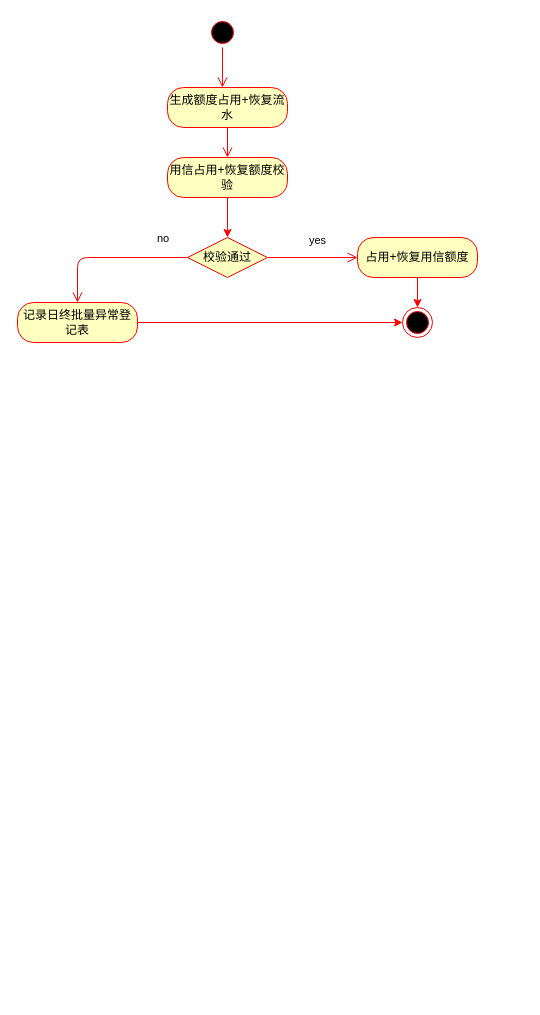
Before: page "批量恢复合同额度" (1 of 5) of Untitled Diagram.drawio in MinDaHu/UML, a draw.io diagram. Source tidied: cells renumbered, new cells numbered last; positions are measured from the earlier drawing's top-left corner, leaving out a move shared by most shapes. Both pictures are drawn from the tidied source at 100%, with x=0, y=0 at pixel (17, 17).
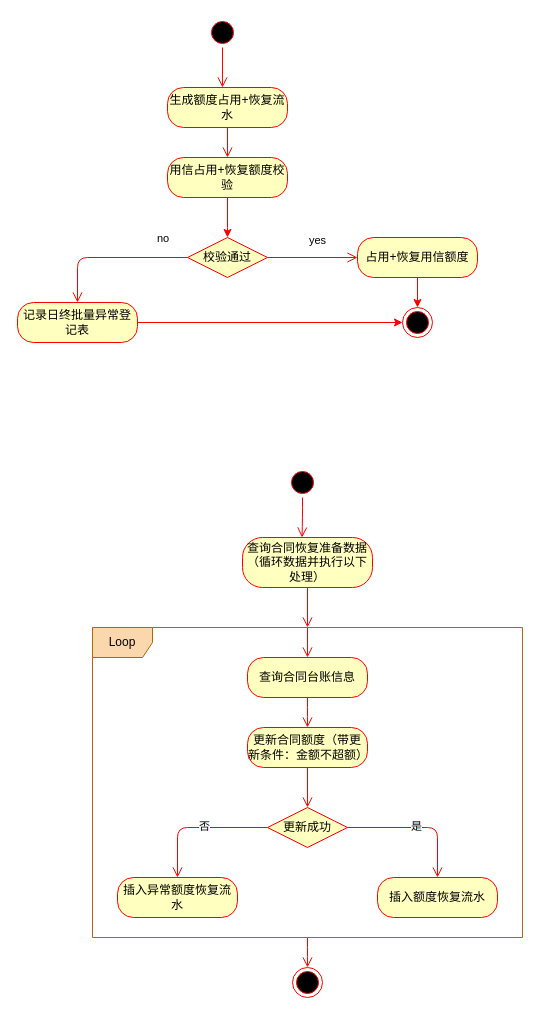
Above is the later version.

Diff of the diagram source:
```diff
@@
+    <mxCell id="16" style="ellipse;html=1;shape=startState;fillColor=#000000;strokeColor=#ff0000;" parent="1" vertex="1">
+      <mxGeometry x="270" y="450" width="30" height="30" as="geometry" />
+    </mxCell>
+    <mxCell id="17" style="edgeStyle=orthogonalEdgeStyle;html=1;verticalAlign=bottom;endArrow=open;endSize=8;strokeColor=#ff0000;entryX=0.458;entryY=0;entryDx=0;entryDy=0;entryPerimeter=0;" parent="1" edge="1" source="16" target="19">
+      <mxGeometry relative="1" as="geometry" />
+    </mxCell>
+    <mxCell id="18" style="edgeStyle=orthogonalEdgeStyle;jettySize=auto;html=1;endArrow=open;endSize=8;strokeColor=#ff0000;" parent="1" edge="1" source="19" target="22">
+      <mxGeometry relative="1" as="geometry" />
+    </mxCell>
+    <mxCell id="19" value="查询合同恢复准备数据（循环数据并执行以下处理）" style="rounded=1;whiteSpace=wrap;html=1;arcSize=40;fontColor=#000000;fillColor=#ffffc0;strokeColor=#ff0000;" parent="1" vertex="1">
+      <mxGeometry x="225" y="520" width="130" height="50" as="geometry" />
+    </mxCell>
+    <mxCell id="20" style="edgeStyle=orthogonalEdgeStyle;jettySize=auto;html=1;entryX=0.5;entryY=0;entryDx=0;entryDy=0;endArrow=open;endSize=8;strokeColor=#ff0000;" parent="1" edge="1" source="22" target="24">
+      <mxGeometry relative="1" as="geometry" />
+    </mxCell>
+    <mxCell id="21" style="edgeStyle=orthogonalEdgeStyle;jettySize=auto;html=1;entryX=0.5;entryY=0;entryDx=0;entryDy=0;endArrow=open;endSize=8;strokeColor=#ff0000;" parent="1" edge="1" source="22" target="34">
+      <mxGeometry relative="1" as="geometry" />
+    </mxCell>
+    <mxCell id="22" value="Loop" style="shape=umlFrame;whiteSpace=wrap;html=1;fillColor=#fad7ac;strokeColor=#b46504;" parent="1" vertex="1">
+      <mxGeometry x="75" y="610" width="430" height="310" as="geometry" />
+    </mxCell>
+    <mxCell id="23" style="edgeStyle=orthogonalEdgeStyle;jettySize=auto;html=1;entryX=0.5;entryY=0;entryDx=0;entryDy=0;endArrow=open;endSize=8;strokeColor=#ff0000;" parent="1" edge="1" source="24" target="33">
+      <mxGeometry relative="1" as="geometry" />
+    </mxCell>
+    <mxCell id="24" value="查询合同台账信息" style="rounded=1;whiteSpace=wrap;html=1;arcSize=40;fontColor=#000000;fillColor=#ffffc0;strokeColor=#ff0000;" parent="1" vertex="1">
+      <mxGeometry x="230" y="640" width="120" height="40" as="geometry" />
+    </mxCell>
+    <mxCell id="25" style="edgeStyle=orthogonalEdgeStyle;jettySize=auto;html=1;endArrow=open;endSize=8;strokeColor=#ff0000;" parent="1" edge="1" source="29" target="30">
+      <mxGeometry relative="1" as="geometry" />
+    </mxCell>
+    <mxCell id="26" value="是" style="edgeLabel;html=1;align=center;verticalAlign=middle;" parent="25" vertex="1">
+      <mxGeometry x="-0.03" y="2" relative="1" as="geometry" />
+    </mxCell>
+    <mxCell id="27" style="edgeStyle=orthogonalEdgeStyle;jettySize=auto;html=1;endArrow=open;endSize=8;strokeColor=#ff0000;" parent="1" edge="1" source="29" target="31">
+      <mxGeometry relative="1" as="geometry" />
+    </mxCell>
+    <mxCell id="28" value="否" style="edgeLabel;html=1;align=center;verticalAlign=middle;" parent="27" vertex="1">
+      <mxGeometry x="-0.08" y="-2" relative="1" as="geometry" />
+    </mxCell>
+    <mxCell id="29" value="更新成功" style="rhombus;whiteSpace=wrap;html=1;fillColor=#ffffc0;strokeColor=#ff0000;" parent="1" vertex="1">
+      <mxGeometry x="250" y="790" width="80" height="40" as="geometry" />
+    </mxCell>
+    <mxCell id="30" value="插入额度恢复流水" style="rounded=1;whiteSpace=wrap;html=1;arcSize=40;fontColor=#000000;fillColor=#ffffc0;strokeColor=#ff0000;" parent="1" vertex="1">
+      <mxGeometry x="360" y="860" width="120" height="40" as="geometry" />
+    </mxCell>
+    <mxCell id="31" value="插入异常额度恢复流水" style="rounded=1;whiteSpace=wrap;html=1;arcSize=40;fontColor=#000000;fillColor=#ffffc0;strokeColor=#ff0000;" parent="1" vertex="1">
+      <mxGeometry x="100" y="860" width="120" height="40" as="geometry" />
+    </mxCell>
+    <mxCell id="32" style="edgeStyle=orthogonalEdgeStyle;jettySize=auto;html=1;entryX=0.5;entryY=0;entryDx=0;entryDy=0;endArrow=open;endSize=8;strokeColor=#ff0000;" parent="1" edge="1" source="33" target="29">
+      <mxGeometry relative="1" as="geometry" />
+    </mxCell>
+    <mxCell id="33" value="更新合同额度（带更新条件：金额不超额）" style="rounded=1;whiteSpace=wrap;html=1;arcSize=40;fontColor=#000000;fillColor=#ffffc0;strokeColor=#ff0000;" parent="1" vertex="1">
+      <mxGeometry x="230" y="710" width="120" height="40" as="geometry" />
+    </mxCell>
+    <mxCell id="34" style="ellipse;html=1;shape=endState;fillColor=#000000;strokeColor=#ff0000;" parent="1" vertex="1">
+      <mxGeometry x="275" y="950" width="30" height="30" as="geometry" />
+    </mxCell>
```
